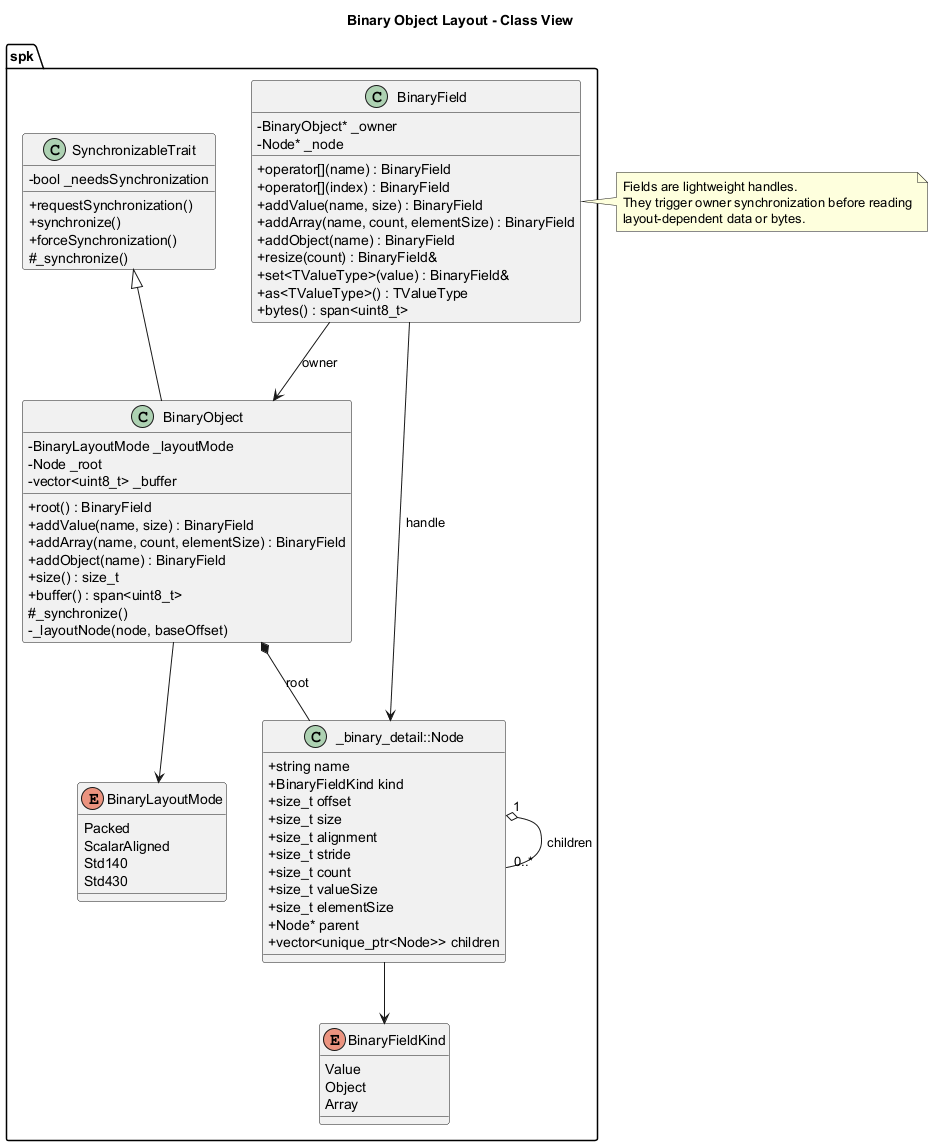
This is documentation/architecture/diagrams/binary-object-class.png from Hyarius/Sparkle, a PlantUML export, as it was before one commit. Source of this version:
```plantuml
@startuml
title Binary Object Layout - Class View

skinparam classAttributeIconSize 0

namespace spk {
	enum BinaryFieldKind {
		Value
		Object
		Array
	}

	enum BinaryLayoutMode {
		Packed
		ScalarAligned
		Std140
		Std430
	}

	class SynchronizableTrait {
		- bool _needsSynchronization
		+ requestSynchronization()
		+ synchronize()
		+ forceSynchronization()
		# _synchronize()
	}

	class "_binary_detail::Node" as Node {
		+ string name
		+ BinaryFieldKind kind
		+ size_t offset
		+ size_t size
		+ size_t alignment
		+ size_t stride
		+ size_t count
		+ size_t valueSize
		+ size_t elementSize
		+ Node* parent
		+ vector<unique_ptr<Node>> children
	}

	class BinaryObject {
		- BinaryLayoutMode _layoutMode
		- Node _root
		- vector<uint8_t> _buffer
		+ root() : BinaryField
		+ addValue(name, size) : BinaryField
		+ addArray(name, count, elementSize) : BinaryField
		+ addObject(name) : BinaryField
		+ size() : size_t
		+ buffer() : span<uint8_t>
		# _synchronize()
		- _layoutNode(node, baseOffset)
	}

	class BinaryField {
		- BinaryObject* _owner
		- Node* _node
		+ operator[](name) : BinaryField
		+ operator[](index) : BinaryField
		+ addValue(name, size) : BinaryField
		+ addArray(name, count, elementSize) : BinaryField
		+ addObject(name) : BinaryField
		+ resize(count) : BinaryField&
		+ set<TValueType>(value) : BinaryField&
		+ as<TValueType>() : TValueType
		+ bytes() : span<uint8_t>
	}
}

spk.SynchronizableTrait <|-- spk.BinaryObject
spk.BinaryObject *-- spk.Node : root
spk.Node "1" o-- "0..*" spk.Node : children
spk.BinaryField --> spk.BinaryObject : owner
spk.BinaryField --> spk.Node : handle
spk.BinaryObject --> spk.BinaryLayoutMode
spk.Node --> spk.BinaryFieldKind

note right of spk.BinaryField
Fields are lightweight handles.
They trigger owner synchronization before reading
layout-dependent data or bytes.
end note

@enduml
```
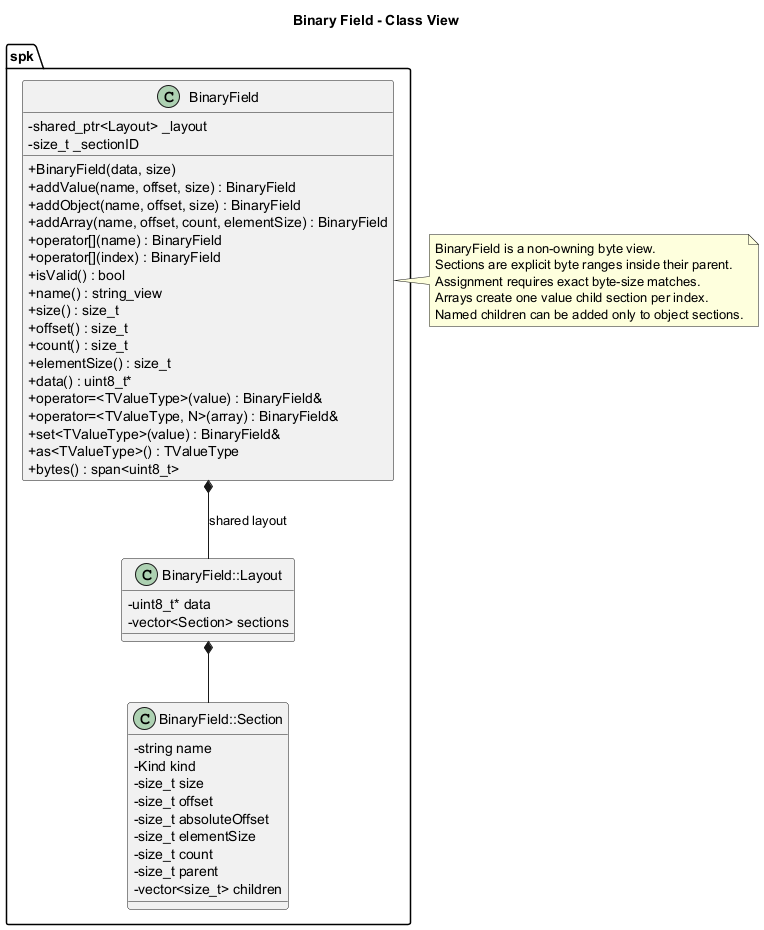
After the commit.

Diff of the diagram source:
```diff
@@ -1,85 +1,59 @@
 @startuml
-title Binary Object Layout - Class View
+title Binary Field - Class View
 
 skinparam classAttributeIconSize 0
 
 namespace spk {
-	enum BinaryFieldKind {
-		Value
-		Object
-		Array
-	}
-
-	enum BinaryLayoutMode {
-		Packed
-		ScalarAligned
-		Std140
-		Std430
-	}
-
-	class SynchronizableTrait {
-		- bool _needsSynchronization
-		+ requestSynchronization()
-		+ synchronize()
-		+ forceSynchronization()
-		# _synchronize()
-	}
-
-	class "_binary_detail::Node" as Node {
-		+ string name
-		+ BinaryFieldKind kind
-		+ size_t offset
-		+ size_t size
-		+ size_t alignment
-		+ size_t stride
-		+ size_t count
-		+ size_t valueSize
-		+ size_t elementSize
-		+ Node* parent
-		+ vector<unique_ptr<Node>> children
-	}
-
-	class BinaryObject {
-		- BinaryLayoutMode _layoutMode
-		- Node _root
-		- vector<uint8_t> _buffer
-		+ root() : BinaryField
-		+ addValue(name, size) : BinaryField
-		+ addArray(name, count, elementSize) : BinaryField
-		+ addObject(name) : BinaryField
-		+ size() : size_t
-		+ buffer() : span<uint8_t>
-		# _synchronize()
-		- _layoutNode(node, baseOffset)
-	}
-
 	class BinaryField {
-		- BinaryObject* _owner
-		- Node* _node
+		- shared_ptr<Layout> _layout
+		- size_t _sectionID
+		+ BinaryField(data, size)
+		+ addValue(name, offset, size) : BinaryField
+		+ addObject(name, offset, size) : BinaryField
+		+ addArray(name, offset, count, elementSize) : BinaryField
 		+ operator[](name) : BinaryField
 		+ operator[](index) : BinaryField
-		+ addValue(name, size) : BinaryField
-		+ addArray(name, count, elementSize) : BinaryField
-		+ addObject(name) : BinaryField
-		+ resize(count) : BinaryField&
+		+ isValid() : bool
+		+ name() : string_view
+		+ size() : size_t
+		+ offset() : size_t
+		+ count() : size_t
+		+ elementSize() : size_t
+		+ data() : uint8_t*
+		+ operator=<TValueType>(value) : BinaryField&
+		+ operator=<TValueType, N>(array) : BinaryField&
 		+ set<TValueType>(value) : BinaryField&
 		+ as<TValueType>() : TValueType
 		+ bytes() : span<uint8_t>
 	}
+
+	class "BinaryField::Section" as Section {
+		- string name
+		- Kind kind
+		- size_t size
+		- size_t offset
+		- size_t absoluteOffset
+		- size_t elementSize
+		- size_t count
+		- size_t parent
+		- vector<size_t> children
+	}
+
+	class "BinaryField::Layout" as Layout {
+		- uint8_t* data
+		- vector<Section> sections
+	}
 }
 
-spk.SynchronizableTrait <|-- spk.BinaryObject
-spk.BinaryObject *-- spk.Node : root
-spk.Node "1" o-- "0..*" spk.Node : children
-spk.BinaryField --> spk.BinaryObject : owner
-spk.BinaryField --> spk.Node : handle
-spk.BinaryObject --> spk.BinaryLayoutMode
-spk.Node --> spk.BinaryFieldKind
+spk.BinaryField *-- Layout : shared layout
+Layout *-- Section
 
 note right of spk.BinaryField
-Fields are lightweight handles.
-They trigger owner synchronization before reading
-layout-dependent data or bytes.
+BinaryField is a non-owning byte view.
+Sections are explicit byte ranges inside their parent.
+Assignment requires exact byte-size matches.
+Arrays create one value child section per index.
+Named children can be added only to object sections.
 end note
 
 @enduml
```
